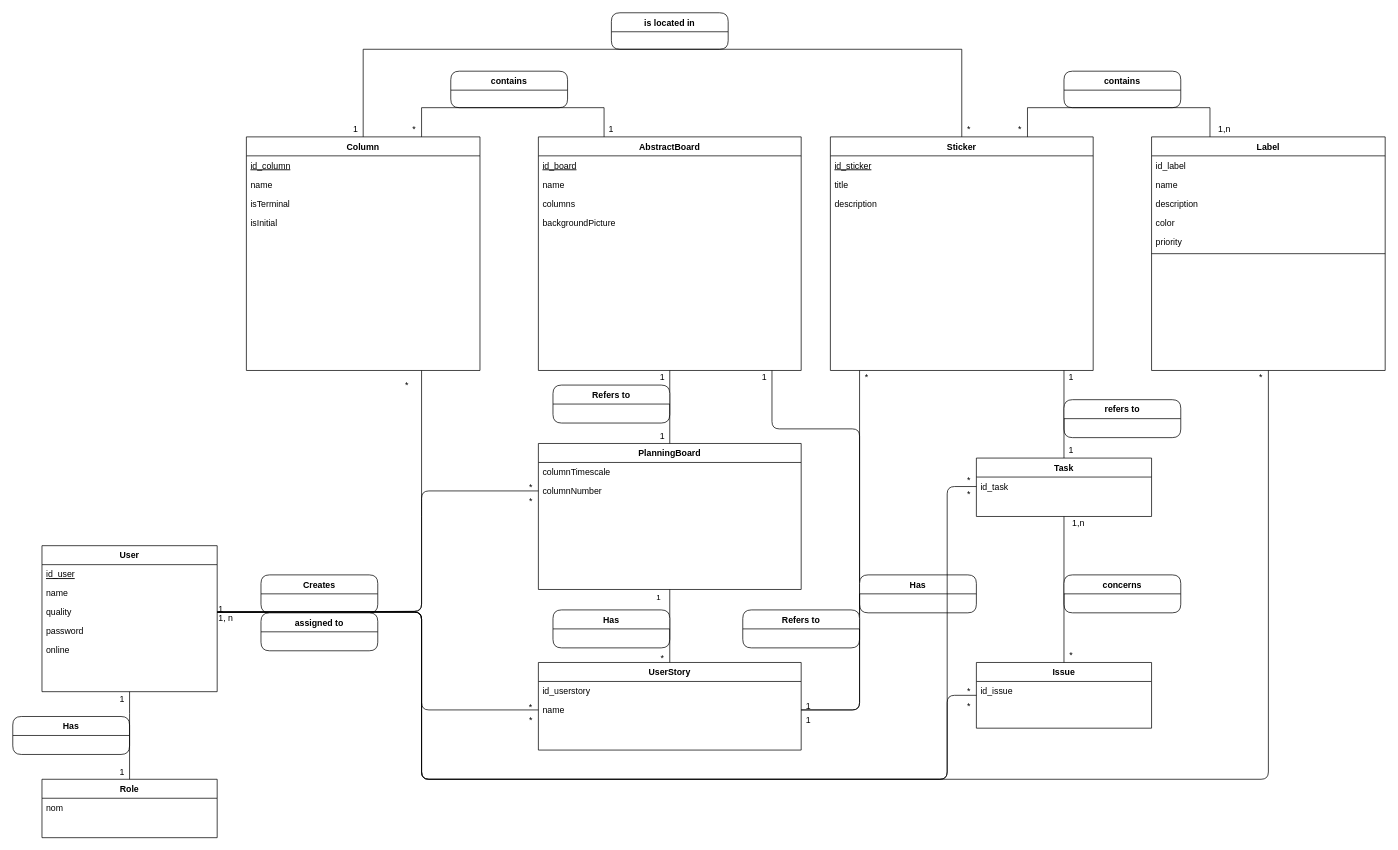
Above: Diagrams/Database Diagram.drawio in RedaPengam/Boardy (draw.io), before the change. Source tidied: cells renumbered, new cells numbered last; positions are measured from the earlier drawing's top-left corner, leaving out a move shared by most shapes. Both pictures are drawn from the tidied source at 73%, with x=0, y=0 at pixel (12, 12).
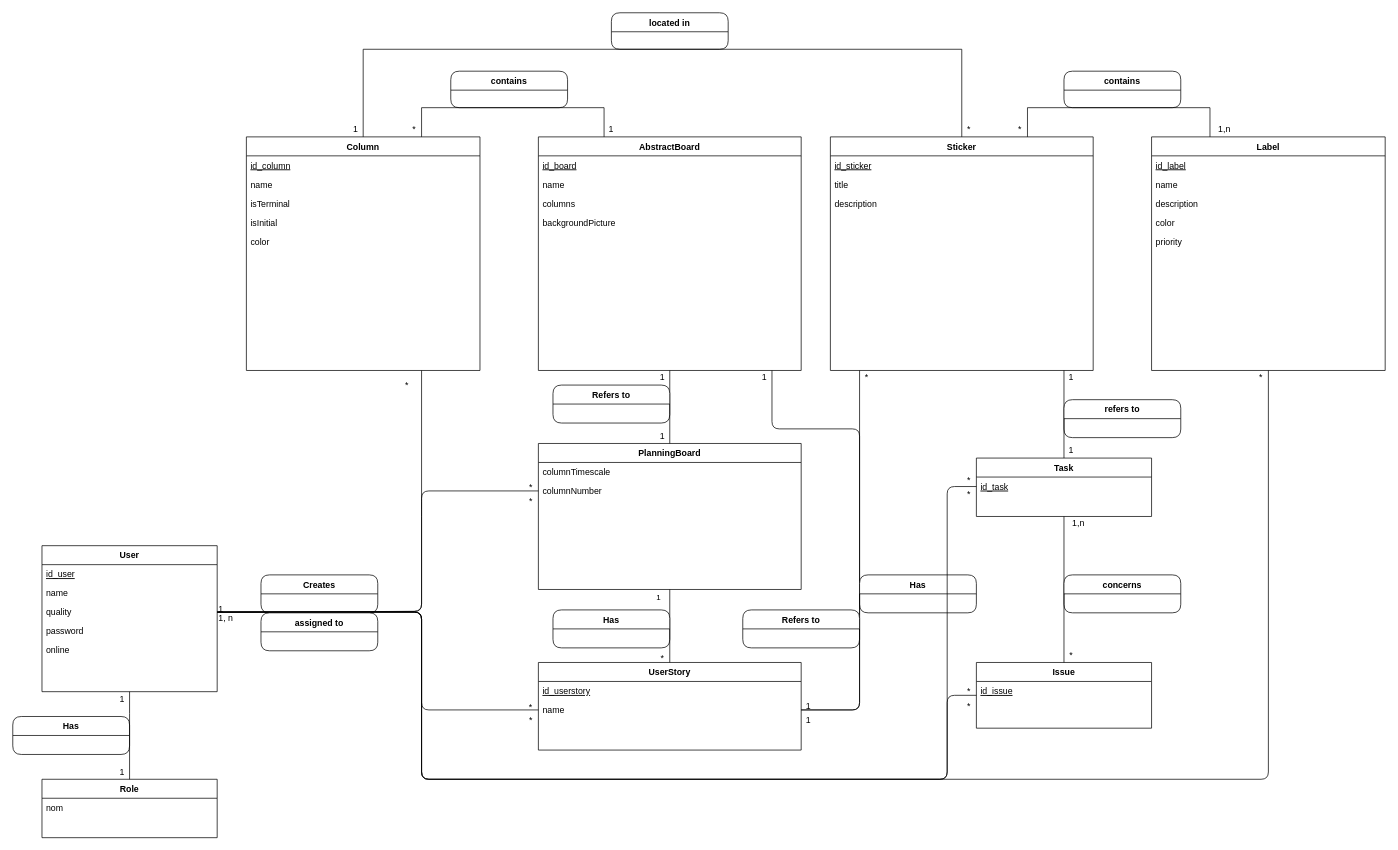
After the change.

Unchanged cells that the change refers to:
```xml
<mxCell id="16" value="UserStory" style="swimlane;fontStyle=1;align=center;verticalAlign=top;horizontal=1;startSize=26;rounded=0;shadow=0;strokeWidth=1;" parent="1" vertex="1">
  <mxGeometry x="720" y="890" width="360" height="120" as="geometry" />
</mxCell>
<mxCell id="26" value="Issue" style="swimlane;fontStyle=1;align=center;verticalAlign=top;horizontal=1;startSize=26;rounded=0;shadow=0;strokeWidth=1;" parent="1" vertex="1">
  <mxGeometry x="1320" y="890" width="240" height="90" as="geometry" />
</mxCell>
<mxCell id="36" value="Column" style="swimlane;fontStyle=1;align=center;verticalAlign=top;horizontal=1;startSize=26;rounded=0;shadow=0;strokeWidth=1;" parent="1" vertex="1">
  <mxGeometry x="320" y="170" width="320" height="320" as="geometry" />
</mxCell>
<mxCell id="41" value="Label" style="swimlane;fontStyle=1;align=center;verticalAlign=top;horizontal=1;startSize=26;rounded=0;shadow=0;strokeWidth=1;" parent="1" vertex="1">
  <mxGeometry x="1560" y="170" width="320" height="320" as="geometry" />
</mxCell>
<mxCell id="50" value="Task" style="swimlane;fontStyle=1;align=center;verticalAlign=top;horizontal=1;startSize=26;rounded=0;shadow=0;strokeWidth=1;" parent="1" vertex="1">
  <mxGeometry x="1320" y="610" width="240" height="80" as="geometry" />
</mxCell>
```

What changed in the source:
```diff
@@
-    <mxCell id="17" value="id_userstory" style="text;align=left;verticalAlign=top;spacingLeft=4;spacingRight=4;overflow=hidden;rounded=0;shadow=0;html=0;" parent="16" vertex="1">
+    <mxCell id="17" value="id_userstory" style="text;align=left;verticalAlign=top;spacingLeft=4;spacingRight=4;overflow=hidden;rounded=0;shadow=0;html=0;fontStyle=4;" parent="16" vertex="1">
       <mxGeometry y="26" width="360" height="26" as="geometry" />
     </mxCell>
@@
-    <mxCell id="27" value="id_issue" style="text;align=left;verticalAlign=top;spacingLeft=4;spacingRight=4;overflow=hidden;rounded=0;shadow=0;html=0;" parent="26" vertex="1">
+    <mxCell id="27" value="id_issue" style="text;align=left;verticalAlign=top;spacingLeft=4;spacingRight=4;overflow=hidden;rounded=0;shadow=0;html=0;fontStyle=4;" parent="26" vertex="1">
       <mxGeometry y="26" width="240" height="26" as="geometry" />
     </mxCell>
@@
+    <mxCell id="100" value="color" style="text;align=left;verticalAlign=top;spacingLeft=4;spacingRight=4;overflow=hidden;rounded=0;shadow=0;html=0;" parent="36" vertex="1">
+      <mxGeometry y="130" width="320" height="26" as="geometry" />
+    </mxCell>
@@
-    <mxCell id="42" value="id_label" style="text;align=left;verticalAlign=top;spacingLeft=4;spacingRight=4;overflow=hidden;" parent="41" vertex="1">
+    <mxCell id="42" value="id_label" style="text;align=left;verticalAlign=top;spacingLeft=4;spacingRight=4;overflow=hidden;fontStyle=4;" parent="41" vertex="1">
       <mxGeometry y="26" width="320" height="26" as="geometry" />
     </mxCell>
@@
-    <mxCell id="47" style="line;html=1;strokeWidth=1;align=left;verticalAlign=middle;spacingTop=-1;spacingLeft=3;spacingRight=3;labelPosition=right;" parent="41" vertex="1">
-      <mxGeometry y="156" width="320" height="8" as="geometry" />
-    </mxCell>
@@
-    <mxCell id="51" value="id_task" style="text;align=left;verticalAlign=top;spacingLeft=4;spacingRight=4;overflow=hidden;points=[[0,0.5],[1,0.5]];portConstraint=eastwest;rounded=0;shadow=0;html=0;" parent="50" vertex="1">
+    <mxCell id="51" value="id_task" style="text;align=left;verticalAlign=top;spacingLeft=4;spacingRight=4;overflow=hidden;points=[[0,0.5],[1,0.5]];portConstraint=eastwest;rounded=0;shadow=0;html=0;fontStyle=4;" parent="50" vertex="1">
       <mxGeometry y="26" width="240" height="26" as="geometry" />
     </mxCell>
@@
-    <mxCell id="94" value="is located in" style="swimlane;fontStyle=1;align=center;verticalAlign=top;horizontal=1;startSize=26;rounded=1;" parent="1" vertex="1">
+    <mxCell id="94" value="located in" style="swimlane;fontStyle=1;align=center;verticalAlign=top;horizontal=1;startSize=26;rounded=1;" parent="1" vertex="1">
       <mxGeometry x="820" width="160" height="50" as="geometry" />
     </mxCell>
```
